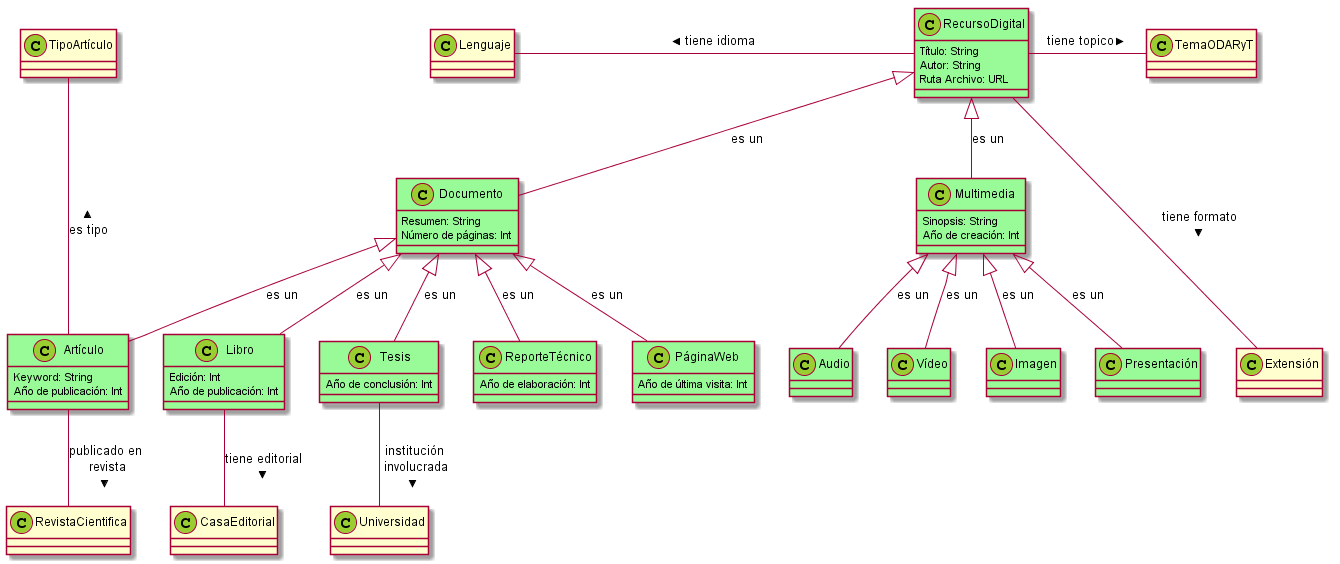
This is Diagramas UML/RecursosDigitales.png from eriknovic/mi-proyecto-erik, a PlantUML export, as it was before one commit.
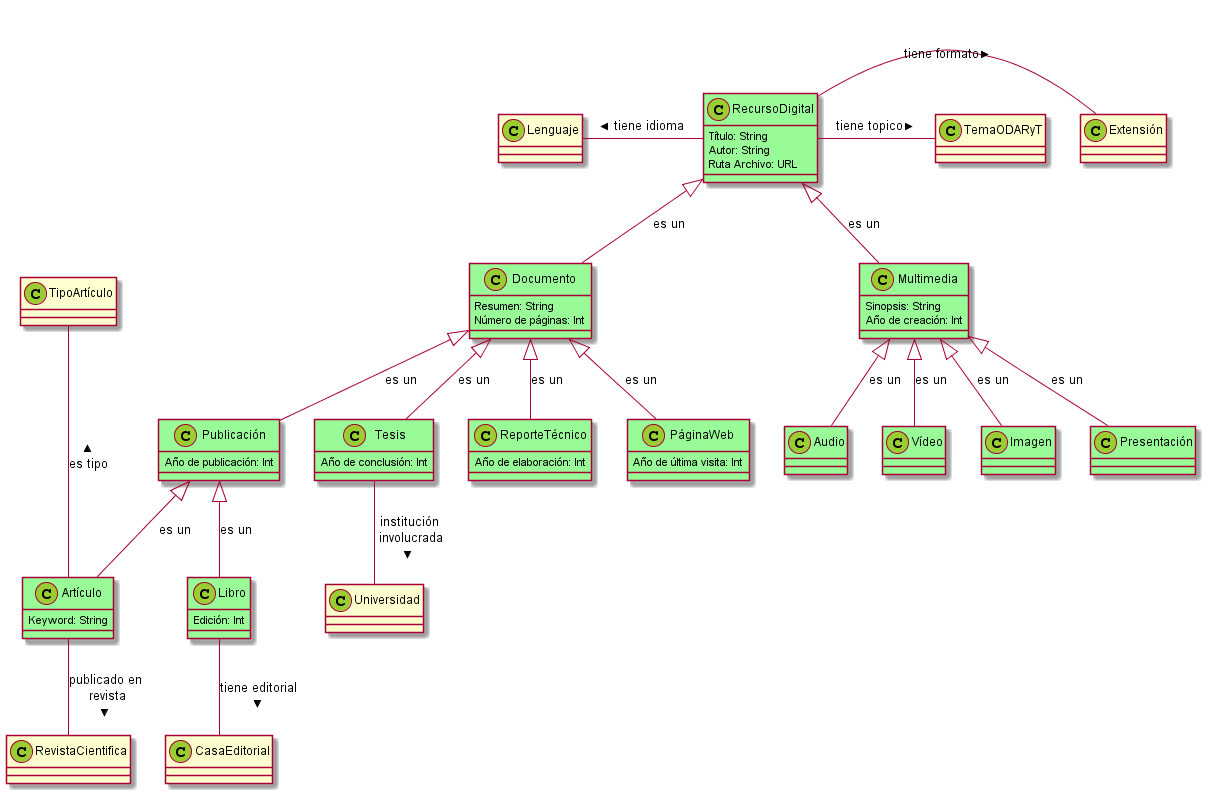
After the commit.

Diff of the diagram source:
```diff
@@ -2,11 +2,13 @@
 skinparam stereotypeCBackgroundColor YellowGreen
 
 RecursoDigital <|-- Documento : es un
-Documento <|-- Artículo : es un
-Documento <|-- Libro : es un
+Documento <|-- Publicación : es un
 Documento <|-- Tesis : es un
 Documento <|-- ReporteTécnico : es un
 Documento <|-- PáginaWeb : es un
+
+Publicación <|-- Artículo : es un
+Publicación <|-- Libro : es un
 
 RecursoDigital <|-- Multimedia : es un
 Multimedia <|-- Audio : es un
@@ -21,7 +23,7 @@
 }
 
 RecursoDigital -left-- Lenguaje : tiene idioma >
-RecursoDigital -down-- Extensión : tiene formato >
+RecursoDigital -right-- Extensión : tiene formato >
 RecursoDigital -right-- TemaODARyT : tiene topico >
 
 class Documento #PaleGreen {
@@ -38,19 +40,21 @@
   Año de conclusión: Int
 }
 
+class Publicación #PaleGreen {
+  Año de publicación: Int
+}
+
+class Artículo #PaleGreen {
+  Keyword: String
+}
+
 Tesis -- Universidad : institución\n involucrada >
 
 class Libro #PaleGreen {
   Edición: Int
-  Año de publicación: Int
 }
 
 Libro -- CasaEditorial : tiene editorial >
-
-class Artículo #PaleGreen {
-  Keyword: String
-  Año de publicación: Int
-}
 
 Artículo -- RevistaCientifica : publicado en\n revista >
 Artículo -up-- TipoArtículo : es tipo >
```
